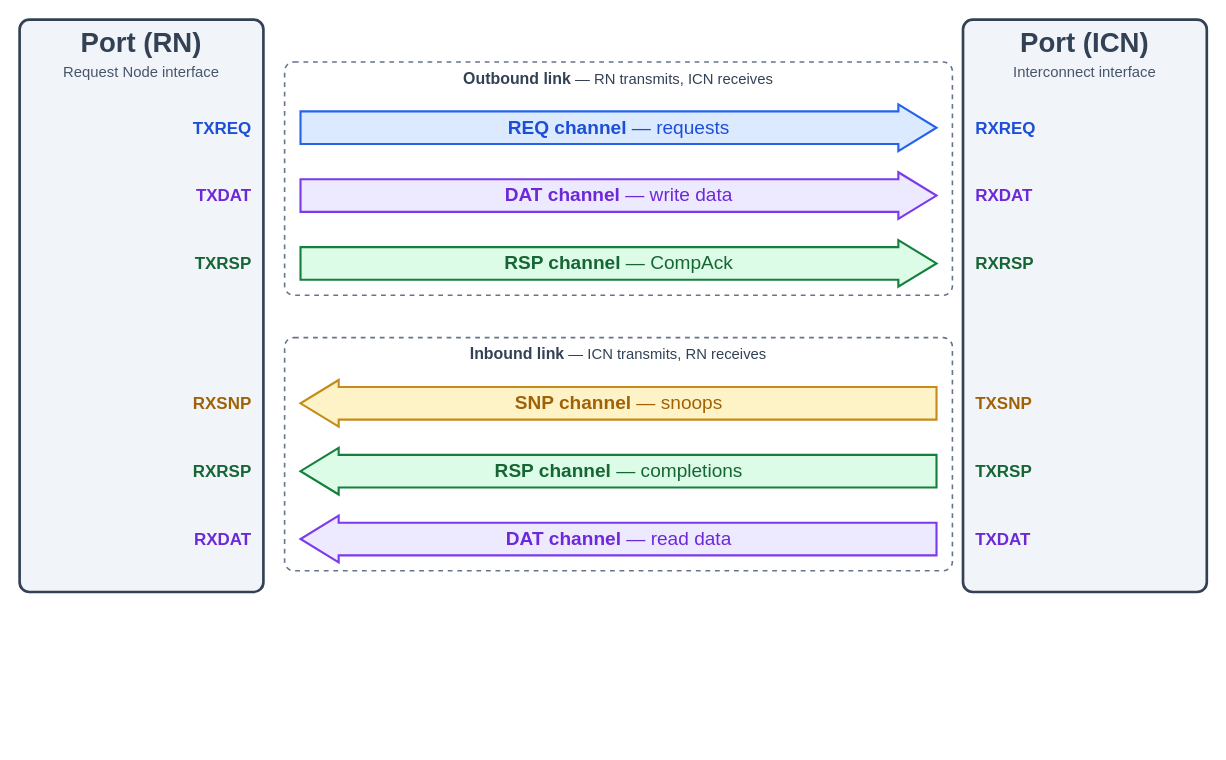
The draw.io diagram ruby-book/resources/chi_port_link_channel.drawio in ripopov/gem5, before the edit. Source tidied: cells renumbered, new cells numbered last; positions are measured from the earlier drawing's top-left corner, leaving out a move shared by most shapes. Both pictures are drawn from the tidied source at 106%, with x=0, y=0 at pixel (19, 19).
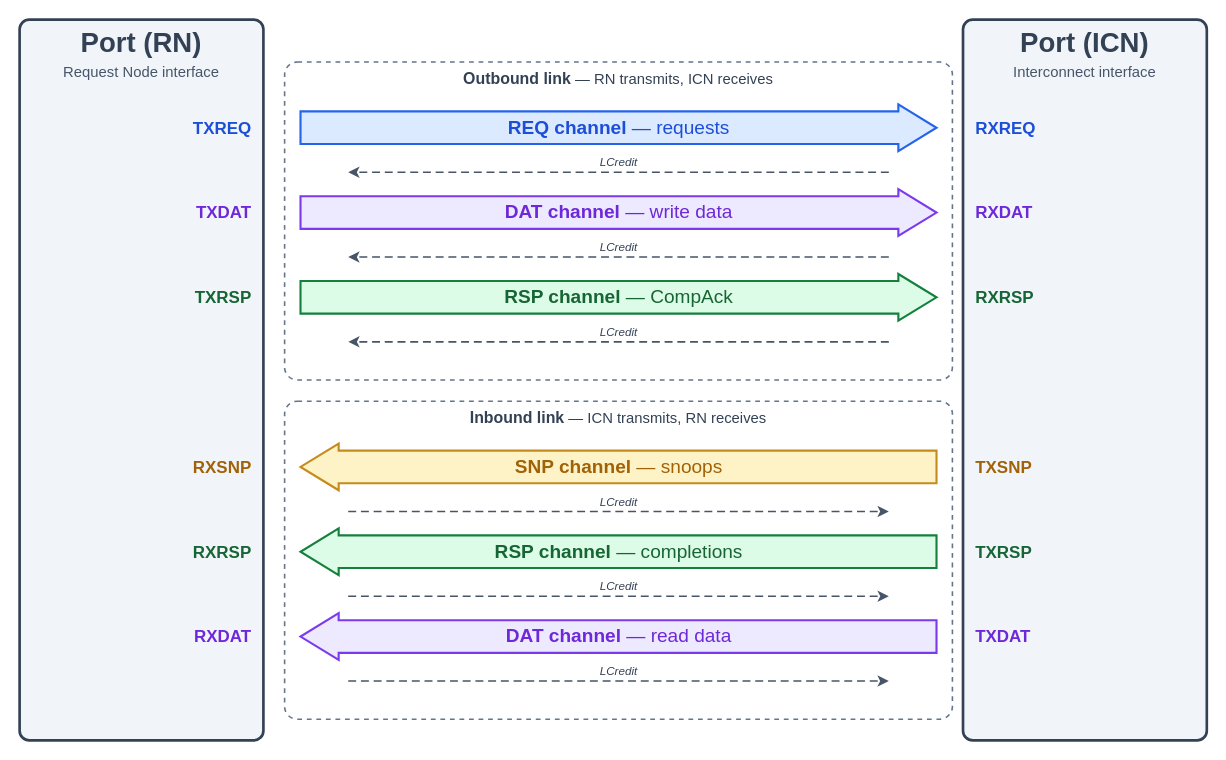
After the change.

Commit message (it also covers changes not shown here):
misc: Fix LCredit placement in port/link/channel diagram

LCredit arrows were previously hand-edited into the SVG only, and
overlapped the channel arrows visually. Moved them into the drawio
source as proper dashed edges, grew each link bounding box (220 -> 300
px) and the channel row pitch (64 -> 80 px) so every LCredit sits in
its own gap below its channel. Page/port heights bumped to match.

Change to the diagram source:
```diff
@@
     <mxCell id="2" value="&lt;b style=&quot;font-size:26px&quot;&gt;Port (RN)&lt;/b&gt;&lt;div style=&quot;font-size:14px;color:#475569;font-weight:normal;margin-top:4px&quot;&gt;Request Node interface&lt;/div&gt;" style="rounded=1;whiteSpace=wrap;html=1;fillColor=#F1F5F9;strokeColor=#334155;strokeWidth=2.5;verticalAlign=top;fontSize=14;fontColor=#334155;arcSize=4;" parent="1" vertex="1">
-      <mxGeometry width="230" height="540" as="geometry" />
+      <mxGeometry width="230" height="680" as="geometry" />
     </mxCell>
     <mxCell id="3" value="&lt;b style=&quot;font-size:26px&quot;&gt;Port (ICN)&lt;/b&gt;&lt;div style=&quot;font-size:14px;color:#475569;font-weight:normal;margin-top:4px&quot;&gt;Interconnect interface&lt;/div&gt;" style="rounded=1;whiteSpace=wrap;html=1;fillColor=#F1F5F9;strokeColor=#334155;strokeWidth=2.5;verticalAlign=top;fontSize=14;fontColor=#334155;arcSize=4;" parent="1" vertex="1">
-      <mxGeometry x="890" width="230" height="540" as="geometry" />
+      <mxGeometry x="890" width="230" height="680" as="geometry" />
     </mxCell>
     <mxCell id="4" value="&lt;b style=&quot;font-size:15px&quot;&gt;Outbound link&lt;/b&gt; — RN transmits, ICN receives" style="rounded=1;whiteSpace=wrap;html=1;fillColor=none;strokeColor=#64748b;strokeWidth=1.5;verticalAlign=top;fontSize=14;fontColor=#334155;arcSize=4;dashed=1;" parent="1" vertex="1">
-      <mxGeometry x="250" y="40" width="630" height="220" as="geometry" />
+      <mxGeometry x="250" y="40" width="630" height="300" as="geometry" />
     </mxCell>
@@
     <mxCell id="6" value="&lt;b&gt;DAT channel&lt;/b&gt; — write data" style="shape=singleArrow;html=1;fillColor=#EDE9FE;strokeColor=#7c3aed;strokeWidth=2;arrowWidth=0.7;arrowSize=0.06;verticalAlign=middle;align=center;fontSize=18;fontColor=#6d28d9;" parent="1" vertex="1">
-      <mxGeometry x="265" y="144" width="600" height="44" as="geometry" />
+      <mxGeometry x="265" y="160" width="600" height="44" as="geometry" />
     </mxCell>
     <mxCell id="7" value="&lt;b&gt;RSP channel&lt;/b&gt; — CompAck" style="shape=singleArrow;html=1;fillColor=#DCFCE7;strokeColor=#15803d;strokeWidth=2;arrowWidth=0.7;arrowSize=0.06;verticalAlign=middle;align=center;fontSize=18;fontColor=#166534;" parent="1" vertex="1">
-      <mxGeometry x="265" y="208" width="600" height="44" as="geometry" />
+      <mxGeometry x="265" y="240" width="600" height="44" as="geometry" />
     </mxCell>
+    <mxCell id="24" value="&lt;i&gt;LCredit&lt;/i&gt;" style="endArrow=classic;html=1;strokeColor=#475569;strokeWidth=1.5;dashed=1;dashPattern=5 3;fontSize=11;fontColor=#334155;fontStyle=2;labelBackgroundColor=#ffffff;verticalAlign=bottom;" parent="1" edge="1">
+      <mxGeometry relative="1" as="geometry">
+        <mxPoint x="820" y="144" as="sourcePoint" />
+        <mxPoint x="310" y="144" as="targetPoint" />
+      </mxGeometry>
+    </mxCell>
+    <mxCell id="25" value="&lt;i&gt;LCredit&lt;/i&gt;" style="endArrow=classic;html=1;strokeColor=#475569;strokeWidth=1.5;dashed=1;dashPattern=5 3;fontSize=11;fontColor=#334155;fontStyle=2;labelBackgroundColor=#ffffff;verticalAlign=bottom;" parent="1" edge="1">
+      <mxGeometry relative="1" as="geometry">
+        <mxPoint x="820" y="224" as="sourcePoint" />
+        <mxPoint x="310" y="224" as="targetPoint" />
+      </mxGeometry>
+    </mxCell>
+    <mxCell id="26" value="&lt;i&gt;LCredit&lt;/i&gt;" style="endArrow=classic;html=1;strokeColor=#475569;strokeWidth=1.5;dashed=1;dashPattern=5 3;fontSize=11;fontColor=#334155;fontStyle=2;labelBackgroundColor=#ffffff;verticalAlign=bottom;" parent="1" edge="1">
+      <mxGeometry relative="1" as="geometry">
+        <mxPoint x="820" y="304" as="sourcePoint" />
+        <mxPoint x="310" y="304" as="targetPoint" />
+      </mxGeometry>
+    </mxCell>
     <mxCell id="8" value="&lt;b style=&quot;font-size:15px&quot;&gt;Inbound link&lt;/b&gt; — ICN transmits, RN receives" style="rounded=1;whiteSpace=wrap;html=1;fillColor=none;strokeColor=#64748b;strokeWidth=1.5;verticalAlign=top;fontSize=14;fontColor=#334155;arcSize=4;dashed=1;" parent="1" vertex="1">
-      <mxGeometry x="250" y="300" width="630" height="220" as="geometry" />
+      <mxGeometry x="250" y="360" width="630" height="300" as="geometry" />
     </mxCell>
     <mxCell id="9" value="&lt;b&gt;SNP channel&lt;/b&gt; — snoops" style="shape=singleArrow;direction=west;html=1;fillColor=#FEF3C7;strokeColor=#c58b1b;strokeWidth=2;arrowWidth=0.7;arrowSize=0.06;verticalAlign=middle;align=center;fontSize=18;fontColor=#a16207;" parent="1" vertex="1">
-      <mxGeometry x="265" y="340" width="600" height="44" as="geometry" />
+      <mxGeometry x="265" y="400" width="600" height="44" as="geometry" />
     </mxCell>
     <mxCell id="10" value="&lt;b&gt;RSP channel&lt;/b&gt; — completions" style="shape=singleArrow;direction=west;html=1;fillColor=#DCFCE7;strokeColor=#15803d;strokeWidth=2;arrowWidth=0.7;arrowSize=0.06;verticalAlign=middle;align=center;fontSize=18;fontColor=#166534;" parent="1" vertex="1">
-      <mxGeometry x="265" y="404" width="600" height="44" as="geometry" />
+      <mxGeometry x="265" y="480" width="600" height="44" as="geometry" />
     </mxCell>
     <mxCell id="11" value="&lt;b&gt;DAT channel&lt;/b&gt; — read data" style="shape=singleArrow;direction=west;html=1;fillColor=#EDE9FE;strokeColor=#7c3aed;strokeWidth=2;arrowWidth=0.7;arrowSize=0.06;verticalAlign=middle;align=center;fontSize=18;fontColor=#6d28d9;" parent="1" vertex="1">
-      <mxGeometry x="265" y="468" width="600" height="44" as="geometry" />
+      <mxGeometry x="265" y="560" width="600" height="44" as="geometry" />
     </mxCell>
+    <mxCell id="27" value="&lt;i&gt;LCredit&lt;/i&gt;" style="endArrow=classic;html=1;strokeColor=#475569;strokeWidth=1.5;dashed=1;dashPattern=5 3;fontSize=11;fontColor=#334155;fontStyle=2;labelBackgroundColor=#ffffff;verticalAlign=bottom;" parent="1" edge="1">
+      <mxGeometry relative="1" as="geometry">
+        <mxPoint x="310" y="464" as="sourcePoint" />
+        <mxPoint x="820" y="464" as="targetPoint" />
+      </mxGeometry>
+    </mxCell>
+    <mxCell id="28" value="&lt;i&gt;LCredit&lt;/i&gt;" style="endArrow=classic;html=1;strokeColor=#475569;strokeWidth=1.5;dashed=1;dashPattern=5 3;fontSize=11;fontColor=#334155;fontStyle=2;labelBackgroundColor=#ffffff;verticalAlign=bottom;" parent="1" edge="1">
+      <mxGeometry relative="1" as="geometry">
+        <mxPoint x="310" y="544" as="sourcePoint" />
+        <mxPoint x="820" y="544" as="targetPoint" />
+      </mxGeometry>
+    </mxCell>
+    <mxCell id="29" value="&lt;i&gt;LCredit&lt;/i&gt;" style="endArrow=classic;html=1;strokeColor=#475569;strokeWidth=1.5;dashed=1;dashPattern=5 3;fontSize=11;fontColor=#334155;fontStyle=2;labelBackgroundColor=#ffffff;verticalAlign=bottom;" parent="1" edge="1">
+      <mxGeometry relative="1" as="geometry">
+        <mxPoint x="310" y="624" as="sourcePoint" />
+        <mxPoint x="820" y="624" as="targetPoint" />
+      </mxGeometry>
+    </mxCell>
@@
     <mxCell id="13" value="&lt;b&gt;TXDAT&lt;/b&gt;" style="text;html=1;strokeColor=none;fillColor=none;align=right;verticalAlign=middle;fontSize=16;fontColor=#6d28d9;fontStyle=1;" parent="1" vertex="1">
-      <mxGeometry x="130" y="152" width="90" height="28" as="geometry" />
+      <mxGeometry x="130" y="168" width="90" height="28" as="geometry" />
     </mxCell>
     <mxCell id="14" value="&lt;b&gt;TXRSP&lt;/b&gt;" style="text;html=1;strokeColor=none;fillColor=none;align=right;verticalAlign=middle;fontSize=16;fontColor=#166534;fontStyle=1;" parent="1" vertex="1">
-      <mxGeometry x="130" y="216" width="90" height="28" as="geometry" />
+      <mxGeometry x="130" y="248" width="90" height="28" as="geometry" />
     </mxCell>
     <mxCell id="15" value="&lt;b&gt;RXSNP&lt;/b&gt;" style="text;html=1;strokeColor=none;fillColor=none;align=right;verticalAlign=middle;fontSize=16;fontColor=#a16207;fontStyle=1;" parent="1" vertex="1">
-      <mxGeometry x="130" y="348" width="90" height="28" as="geometry" />
+      <mxGeometry x="130" y="408" width="90" height="28" as="geometry" />
     </mxCell>
     <mxCell id="16" value="&lt;b&gt;RXRSP&lt;/b&gt;" style="text;html=1;strokeColor=none;fillColor=none;align=right;verticalAlign=middle;fontSize=16;fontColor=#166534;fontStyle=1;" parent="1" vertex="1">
-      <mxGeometry x="130" y="412" width="90" height="28" as="geometry" />
+      <mxGeometry x="130" y="488" width="90" height="28" as="geometry" />
     </mxCell>
     <mxCell id="17" value="&lt;b&gt;RXDAT&lt;/b&gt;" style="text;html=1;strokeColor=none;fillColor=none;align=right;verticalAlign=middle;fontSize=16;fontColor=#6d28d9;fontStyle=1;" parent="1" vertex="1">
-      <mxGeometry x="130" y="476" width="90" height="28" as="geometry" />
+      <mxGeometry x="130" y="568" width="90" height="28" as="geometry" />
     </mxCell>
@@
     <mxCell id="19" value="&lt;b&gt;RXDAT&lt;/b&gt;" style="text;html=1;strokeColor=none;fillColor=none;align=left;verticalAlign=middle;fontSize=16;fontColor=#6d28d9;fontStyle=1;" parent="1" vertex="1">
-      <mxGeometry x="900" y="152" width="90" height="28" as="geometry" />
+      <mxGeometry x="900" y="168" width="90" height="28" as="geometry" />
     </mxCell>
     <mxCell id="20" value="&lt;b&gt;RXRSP&lt;/b&gt;" style="text;html=1;strokeColor=none;fillColor=none;align=left;verticalAlign=middle;fontSize=16;fontColor=#166534;fontStyle=1;" parent="1" vertex="1">
-      <mxGeometry x="900" y="216" width="90" height="28" as="geometry" />
+      <mxGeometry x="900" y="248" width="90" height="28" as="geometry" />
     </mxCell>
     <mxCell id="21" value="&lt;b&gt;TXSNP&lt;/b&gt;" style="text;html=1;strokeColor=none;fillColor=none;align=left;verticalAlign=middle;fontSize=16;fontColor=#a16207;fontStyle=1;" parent="1" vertex="1">
-      <mxGeometry x="900" y="348" width="90" height="28" as="geometry" />
+      <mxGeometry x="900" y="408" width="90" height="28" as="geometry" />
     </mxCell>
     <mxCell id="22" value="&lt;b&gt;TXRSP&lt;/b&gt;" style="text;html=1;strokeColor=none;fillColor=none;align=left;verticalAlign=middle;fontSize=16;fontColor=#166534;fontStyle=1;" parent="1" vertex="1">
-      <mxGeometry x="900" y="412" width="90" height="28" as="geometry" />
+      <mxGeometry x="900" y="488" width="90" height="28" as="geometry" />
     </mxCell>
     <mxCell id="23" value="&lt;b&gt;TXDAT&lt;/b&gt;" style="text;html=1;strokeColor=none;fillColor=none;align=left;verticalAlign=middle;fontSize=16;fontColor=#6d28d9;fontStyle=1;" parent="1" vertex="1">
-      <mxGeometry x="900" y="476" width="90" height="28" as="geometry" />
+      <mxGeometry x="900" y="568" width="90" height="28" as="geometry" />
     </mxCell>
```
